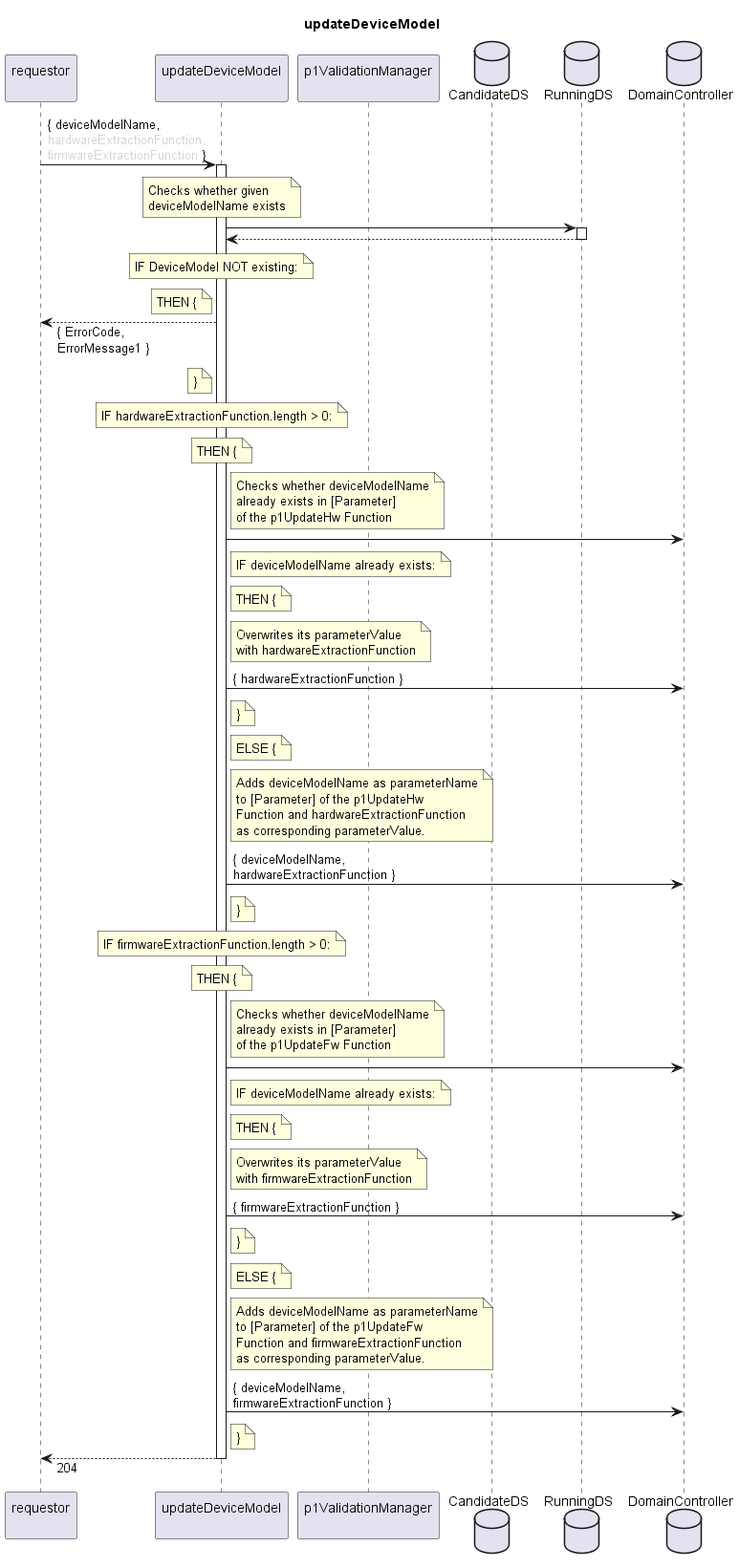
The PlantUML diagram spec/Services/updateDeviceModel/1.0.0/updateDeviceModel.png in openBackhaul/FirmWareManager, before a commit.
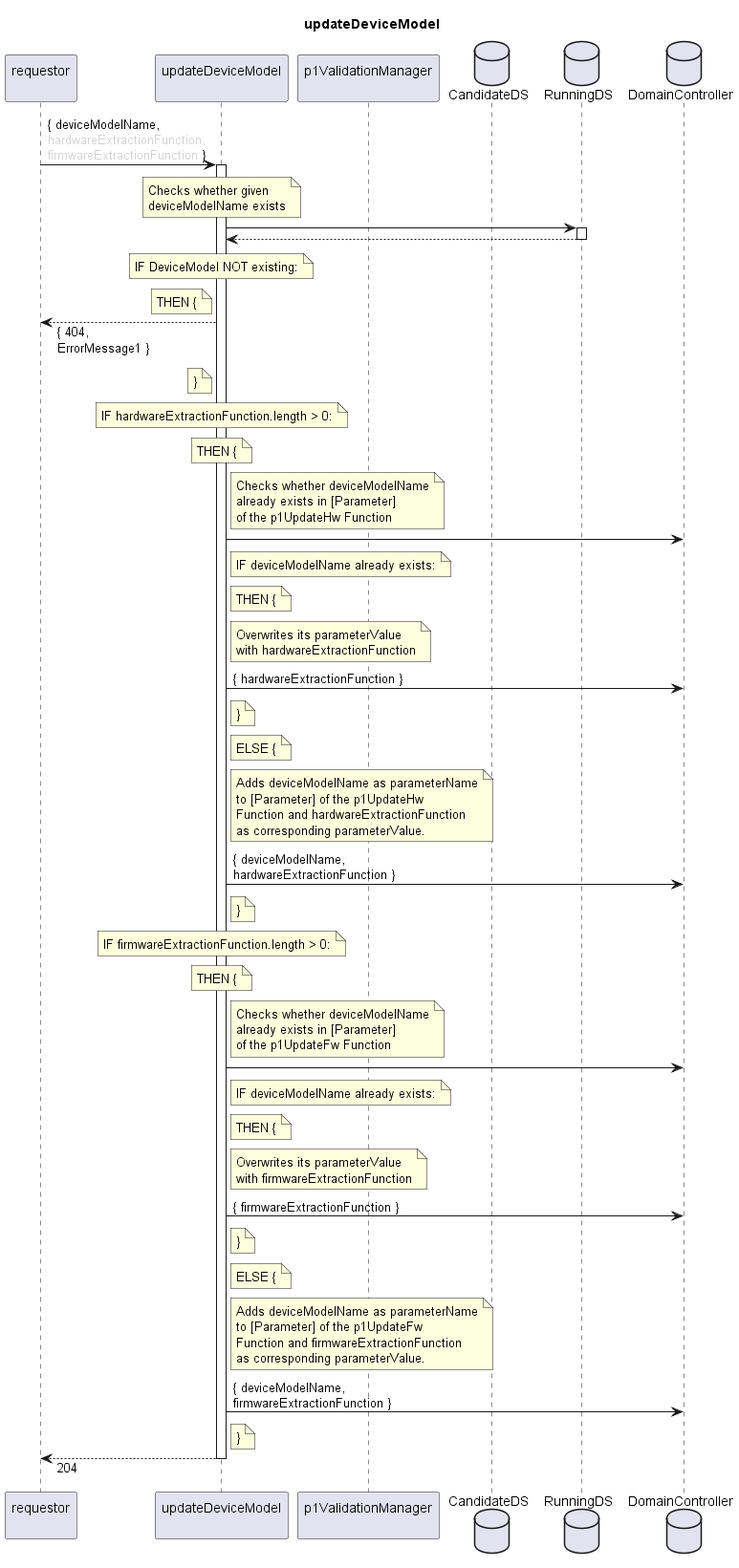
The same file after the commit.

Diff of the diagram source:
```diff
@@ -30,7 +30,7 @@
   note left indServ
     THEN {
   end note
-  requestor <-- indServ: { ErrorCode,\nErrorMessage1 }
+  requestor <-- indServ: { 404,\nErrorMessage1 }
   note left indServ
     }
   end note
```
